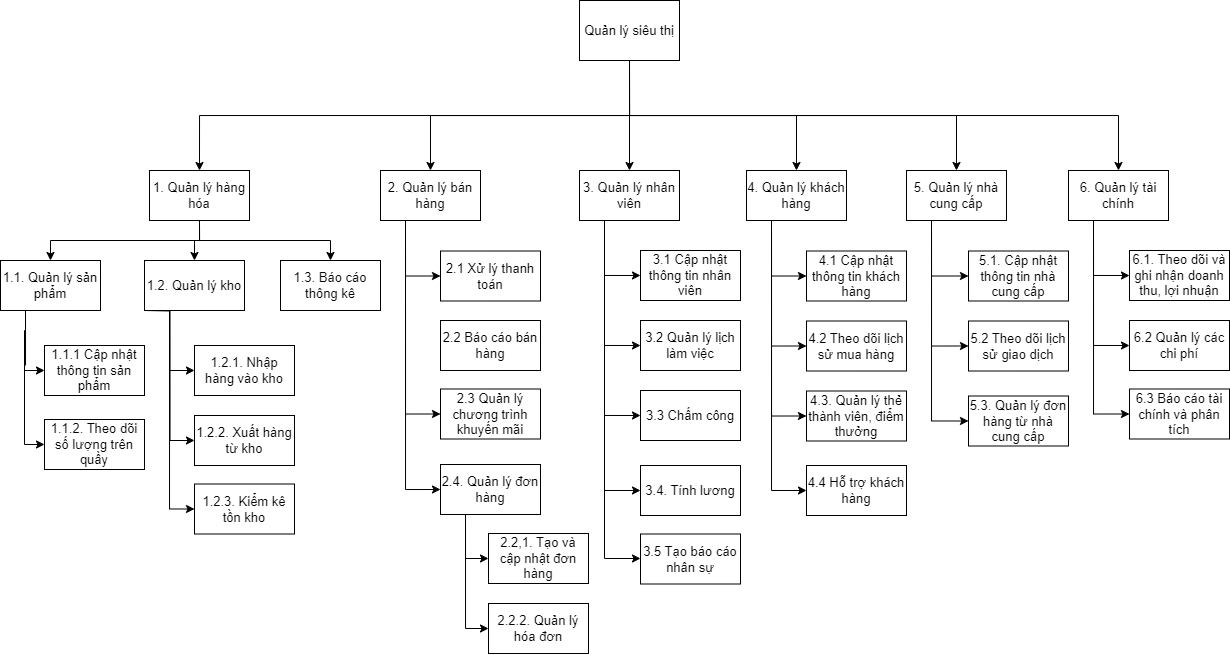
Before: Sơ đồ phân rã chức năng.drawio.png, a diagram exported from draw.io (DatLe328/Phan-tich-thiet-ke-he-thong). Source tidied: cells renumbered, new cells last; positions are measured from the earlier drawing's top-left corner, leaving out a move shared by most shapes.
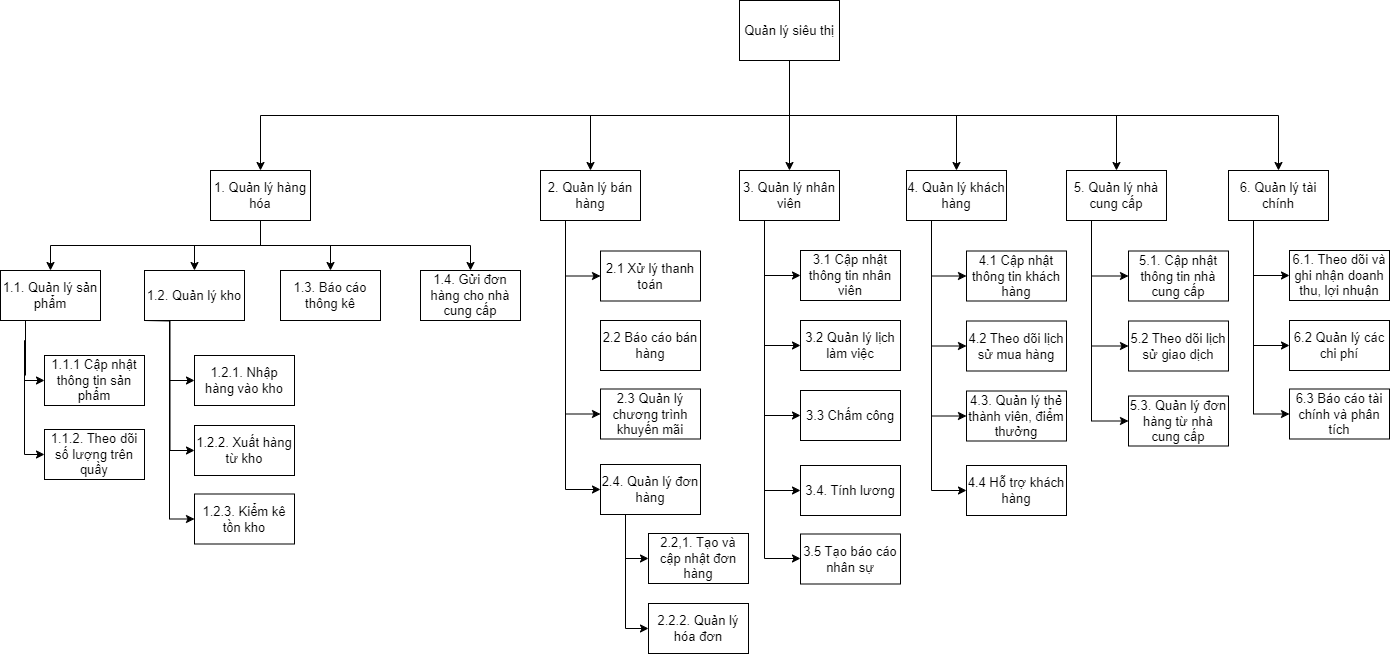
After the commit.

Commit message:
Cập nhật Sơ đồ phân rã chức năng.drawio.png

Diff of the diagram source:
```diff
@@ -32,8 +32,11 @@
     <mxCell id="11" style="edgeStyle=orthogonalEdgeStyle;rounded=0;jettySize=auto;html=1;exitX=0.5;exitY=1;exitDx=0;exitDy=0;" parent="1" edge="1" source="12" target="71">
       <mxGeometry relative="1" as="geometry" />
     </mxCell>
+    <mxCell id="72" style="edgeStyle=orthogonalEdgeStyle;rounded=0;jettySize=auto;html=1;exitX=0.5;exitY=1;exitDx=0;exitDy=0;" parent="1" edge="1" source="12" target="73">
+      <mxGeometry relative="1" as="geometry" />
+    </mxCell>
     <mxCell id="12" value="1. Quản lý hàng hóa" style="html=1;dashed=0;whiteSpace=wrap;fontSize=13;" parent="1" vertex="1">
-      <mxGeometry x="149" y="170" width="100" height="50" as="geometry" />
+      <mxGeometry x="50" y="170" width="100" height="50" as="geometry" />
     </mxCell>
     <mxCell id="13" style="edgeStyle=orthogonalEdgeStyle;rounded=0;jettySize=auto;html=1;exitX=0.25;exitY=1;exitDx=0;exitDy=0;entryX=0;entryY=0.5;entryDx=0;entryDy=0;fontSize=13;" parent="1" edge="1" source="16" target="66">
       <mxGeometry relative="1" as="geometry" />
@@ -142,36 +145,36 @@
       <mxGeometry x="1068" y="170" width="100" height="50" as="geometry" />
     </mxCell>
     <mxCell id="47" value="1.1. Quản lý sản phẩm" style="html=1;dashed=0;whiteSpace=wrap;fontSize=13;" parent="1" vertex="1">
-      <mxGeometry y="260" width="100" height="50" as="geometry" />
+      <mxGeometry x="-160" y="270" width="100" height="50" as="geometry" />
     </mxCell>
     <mxCell id="48" value="1.2. Quản lý kho" style="html=1;dashed=0;whiteSpace=wrap;fontSize=13;" parent="1" vertex="1">
-      <mxGeometry x="144" y="260" width="100" height="50" as="geometry" />
+      <mxGeometry x="-16" y="270" width="100" height="50" as="geometry" />
     </mxCell>
     <mxCell id="49" style="edgeStyle=orthogonalEdgeStyle;rounded=0;jettySize=auto;html=1;exitX=0.25;exitY=1;exitDx=0;exitDy=0;entryX=0;entryY=0.5;entryDx=0;entryDy=0;fontSize=13;" parent="1" edge="1" source="47" target="50">
       <mxGeometry relative="1" as="geometry" />
     </mxCell>
     <mxCell id="50" value="1.1.1 Cập nhật thông tin sản phẩm" style="html=1;dashed=0;whiteSpace=wrap;fontSize=13;" parent="1" vertex="1">
-      <mxGeometry x="44" y="345" width="100" height="50" as="geometry" />
+      <mxGeometry x="-116" y="355" width="100" height="50" as="geometry" />
     </mxCell>
     <mxCell id="51" style="edgeStyle=orthogonalEdgeStyle;rounded=0;jettySize=auto;html=1;entryX=0;entryY=0.5;entryDx=0;entryDy=0;exitX=0.25;exitY=1;exitDx=0;exitDy=0;fontSize=13;" parent="1" edge="1" source="48" target="54">
       <mxGeometry relative="1" as="geometry" />
     </mxCell>
     <mxCell id="52" style="edgeStyle=orthogonalEdgeStyle;rounded=0;jettySize=auto;html=1;exitX=0.25;exitY=1;exitDx=0;exitDy=0;entryX=0;entryY=0.5;entryDx=0;entryDy=0;fontSize=13;" parent="1" edge="1" target="55">
       <mxGeometry relative="1" as="geometry">
-        <mxPoint x="144" y="310" as="sourcePoint" />
+        <mxPoint x="-16" y="320" as="sourcePoint" />
       </mxGeometry>
     </mxCell>
     <mxCell id="53" style="edgeStyle=orthogonalEdgeStyle;rounded=0;jettySize=auto;html=1;entryX=0;entryY=0.5;entryDx=0;entryDy=0;exitX=0.25;exitY=1;exitDx=0;exitDy=0;fontSize=13;" parent="1" edge="1" source="48" target="56">
       <mxGeometry relative="1" as="geometry" />
     </mxCell>
     <mxCell id="54" value="1.2.1. Nhập hàng vào kho" style="html=1;dashed=0;whiteSpace=wrap;fontSize=13;" parent="1" vertex="1">
-      <mxGeometry x="194" y="345" width="100" height="50" as="geometry" />
+      <mxGeometry x="34" y="355" width="100" height="50" as="geometry" />
     </mxCell>
     <mxCell id="55" value="1.2.2. Xuất hàng từ kho" style="html=1;dashed=0;whiteSpace=wrap;fontSize=13;" parent="1" vertex="1">
-      <mxGeometry x="194" y="415" width="100" height="50" as="geometry" />
+      <mxGeometry x="34" y="425" width="100" height="50" as="geometry" />
     </mxCell>
     <mxCell id="56" value="1.2.3. Kiểm kê tồn kho" style="html=1;dashed=0;whiteSpace=wrap;fontSize=13;" parent="1" vertex="1">
-      <mxGeometry x="194" y="483.5" width="100" height="50" as="geometry" />
+      <mxGeometry x="34" y="493.5" width="100" height="50" as="geometry" />
     </mxCell>
     <mxCell id="57" style="edgeStyle=orthogonalEdgeStyle;rounded=0;jettySize=auto;html=1;entryX=0;entryY=0.5;entryDx=0;entryDy=0;exitX=0.25;exitY=1;exitDx=0;exitDy=0;fontSize=13;" parent="1" edge="1" source="32" target="59">
       <mxGeometry relative="1" as="geometry" />
@@ -195,7 +198,7 @@
       <mxGeometry relative="1" as="geometry" />
     </mxCell>
     <mxCell id="64" value="1.1.2. Theo dõi số lượng trên quầy" style="html=1;dashed=0;whiteSpace=wrap;fontSize=13;" parent="1" vertex="1">
-      <mxGeometry x="44" y="419" width="100" height="50" as="geometry" />
+      <mxGeometry x="-116" y="429" width="100" height="50" as="geometry" />
     </mxCell>
     <mxCell id="65" value="4.3. Quản lý thẻ thành viên, điểm thưởng" style="html=1;dashed=0;whiteSpace=wrap;fontSize=13;" parent="1" vertex="1">
       <mxGeometry x="806" y="390.5" width="100" height="50" as="geometry" />
@@ -216,7 +219,10 @@
       <mxGeometry x="640" y="533.5" width="100" height="50" as="geometry" />
     </mxCell>
     <mxCell id="71" value="1.3. Báo cáo thông kê" style="html=1;dashed=0;whiteSpace=wrap;fontSize=13;" parent="1" vertex="1">
-      <mxGeometry x="280" y="260" width="100" height="50" as="geometry" />
+      <mxGeometry x="120" y="270" width="100" height="50" as="geometry" />
     </mxCell>
+    <mxCell id="73" value="1.4. Gửi đơn hàng cho nhà cung cấp" style="html=1;dashed=0;whiteSpace=wrap;fontSize=13;" parent="1" vertex="1">
+      <mxGeometry x="260" y="270" width="100" height="50" as="geometry" />
+    </mxCell>
   </root>
 </mxGraphModel>
```
